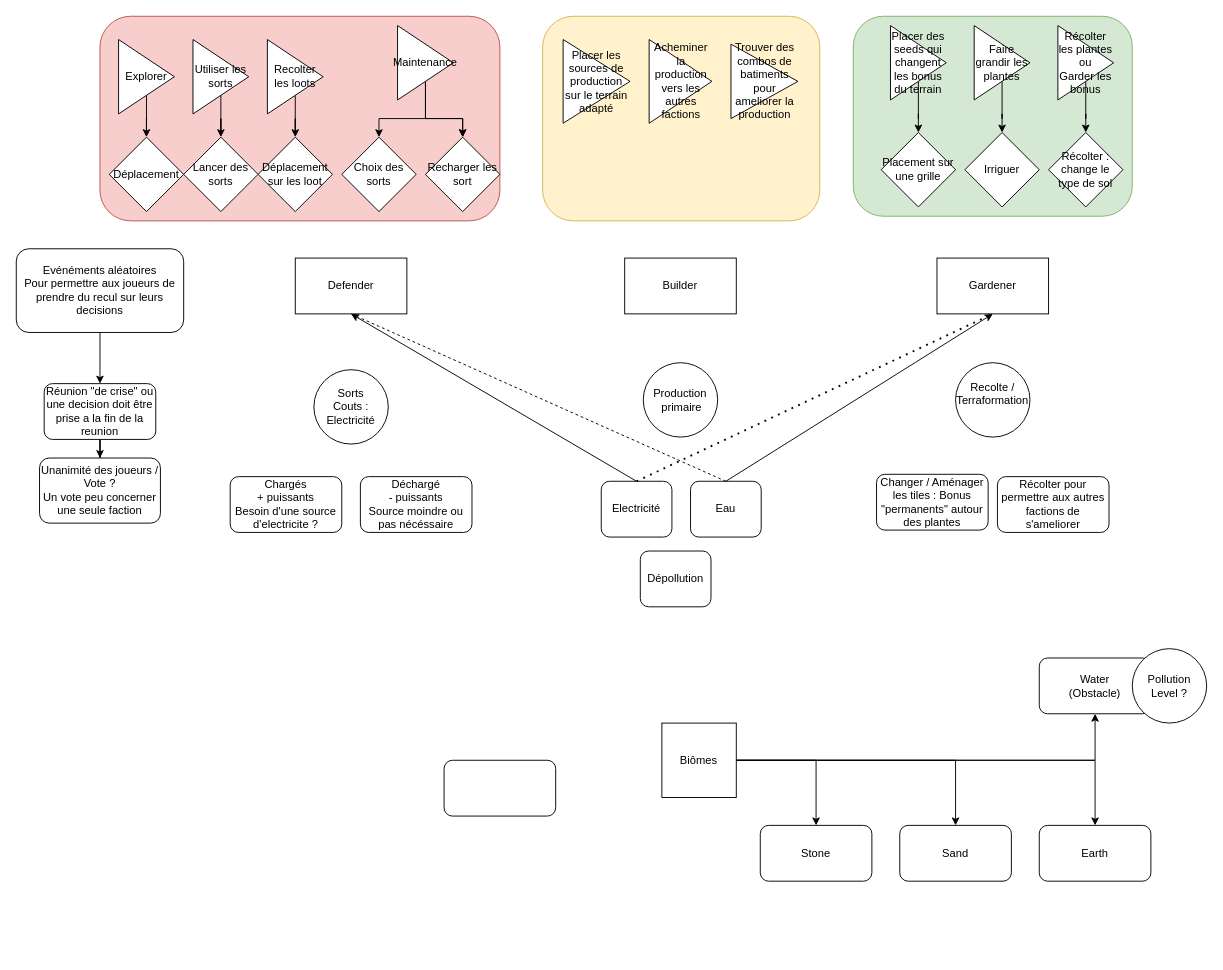
Earlier version of the draw.io diagram Untitled Diagram.drawio (JulienAldon/AsymetricCoop). Source tidied: cells renumbered, new cells numbered last; positions are measured from the earlier drawing's top-left corner, leaving out a move shared by most shapes. Both pictures are drawn from the tidied source at 93%, with x=0, y=0 at pixel (16, 16).
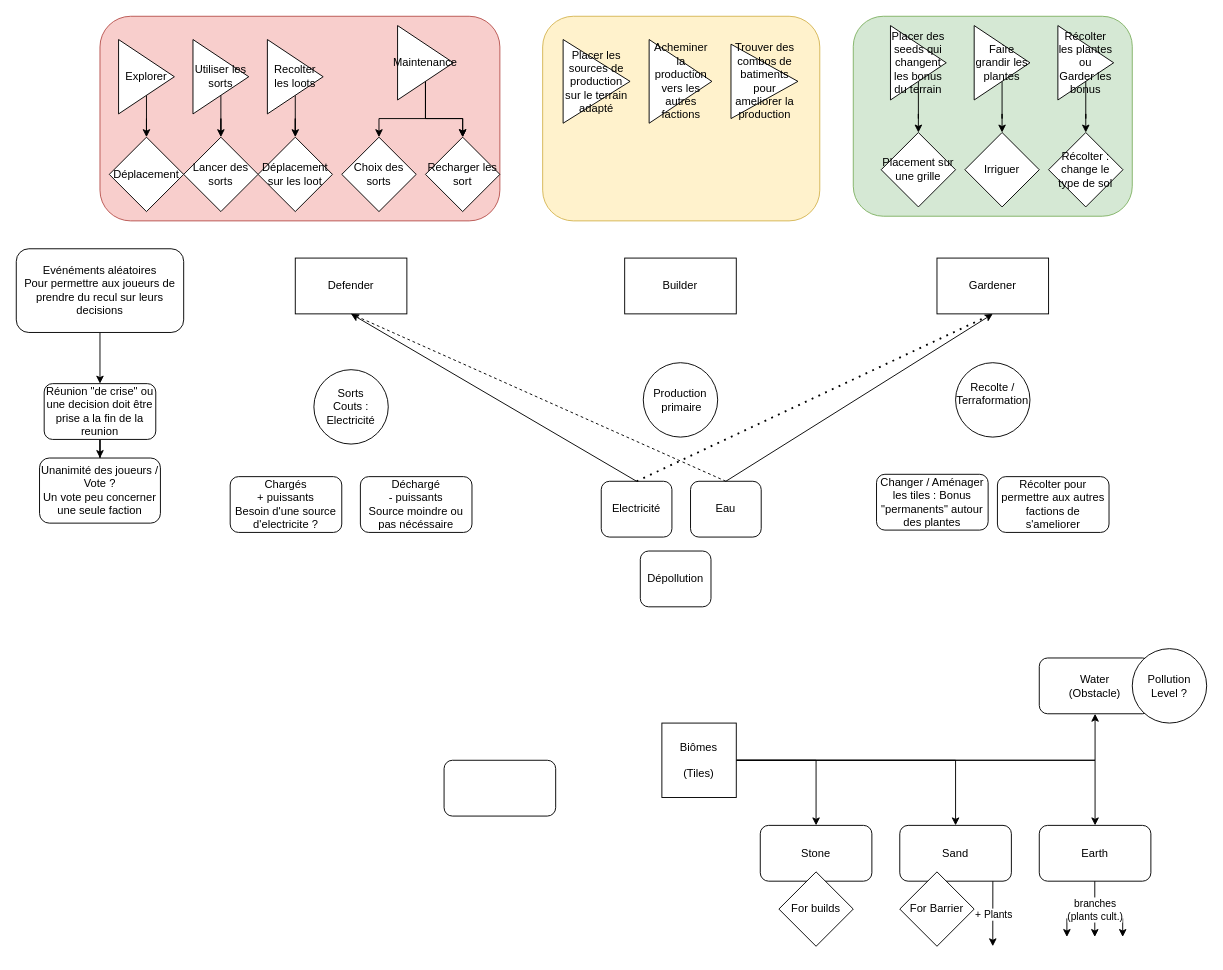
The same diagram, later.

Unchanged cells that the change refers to:
```xml
<mxCell id="55" value="Sand" style="rounded=1;whiteSpace=wrap;html=1;" parent="1" vertex="1">
  <mxGeometry x="950" y="870" width="120" height="60" as="geometry" />
</mxCell>
```

Change to the diagram source:
```diff
@@
-    <mxCell id="53" value="&lt;div&gt;Biômes&lt;/div&gt;" style="whiteSpace=wrap;html=1;" parent="1" vertex="1">
+    <mxCell id="53" value="&lt;div&gt;Biômes&lt;/div&gt;&lt;div&gt;&lt;br&gt;&lt;/div&gt;&lt;div&gt;(Tiles)&lt;/div&gt;" style="whiteSpace=wrap;html=1;" parent="1" vertex="1">
       <mxGeometry x="694.2" y="760" width="80" height="80" as="geometry" />
     </mxCell>
@@
+    <mxCell id="65" style="endArrow=classic;html=1;rounded=0;" parent="1" edge="1">
+      <mxGeometry relative="1" as="geometry">
+        <mxPoint x="1129.7" y="970" as="sourcePoint" />
+        <mxPoint x="1129.7" y="990" as="targetPoint" />
+      </mxGeometry>
+    </mxCell>
@@
+    <mxCell id="66" style="endArrow=classic;html=1;rounded=0;" parent="1" edge="1">
+      <mxGeometry relative="1" as="geometry">
+        <mxPoint x="1189.7" y="970" as="sourcePoint" />
+        <mxPoint x="1189.7" y="990" as="targetPoint" />
+      </mxGeometry>
+    </mxCell>
@@
+    <mxCell id="67" style="endArrow=classic;html=1;rounded=0;exitX=0.5;exitY=1;exitDx=0;exitDy=0;" parent="1" edge="1">
+      <mxGeometry relative="1" as="geometry">
+        <mxPoint x="1159.7" y="930" as="sourcePoint" />
+        <mxPoint x="1159.7" y="990" as="targetPoint" />
+      </mxGeometry>
+    </mxCell>
+    <mxCell id="68" value="&lt;div&gt;branches&lt;/div&gt;&lt;div&gt;(plants cult.)&lt;/div&gt;" style="edgeLabel;html=1;align=center;verticalAlign=middle;" parent="67" vertex="1">
+      <mxGeometry relative="1" as="geometry" />
+    </mxCell>
@@
+    <mxCell id="69" value="For builds" style="rhombus;whiteSpace=wrap;html=1;" parent="1" vertex="1">
+      <mxGeometry x="820" y="920" width="80" height="80" as="geometry" />
+    </mxCell>
@@
+    <mxCell id="70" value="For Barrier" style="rhombus;whiteSpace=wrap;html=1;" parent="1" vertex="1">
+      <mxGeometry x="950" y="920" width="80" height="80" as="geometry" />
+    </mxCell>
@@
+    <mxCell id="71" style="endArrow=classic;html=1;rounded=0;exitX=0.834;exitY=1.001;exitDx=0;exitDy=0;exitPerimeter=0;" parent="1" edge="1" source="55">
+      <mxGeometry relative="1" as="geometry">
+        <mxPoint x="1050" y="1000" as="targetPoint" />
+      </mxGeometry>
+    </mxCell>
+    <mxCell id="72" value="+ Plants" style="edgeLabel;html=1;align=center;verticalAlign=middle;" parent="71" vertex="1">
+      <mxGeometry relative="1" as="geometry" />
+    </mxCell>
```
